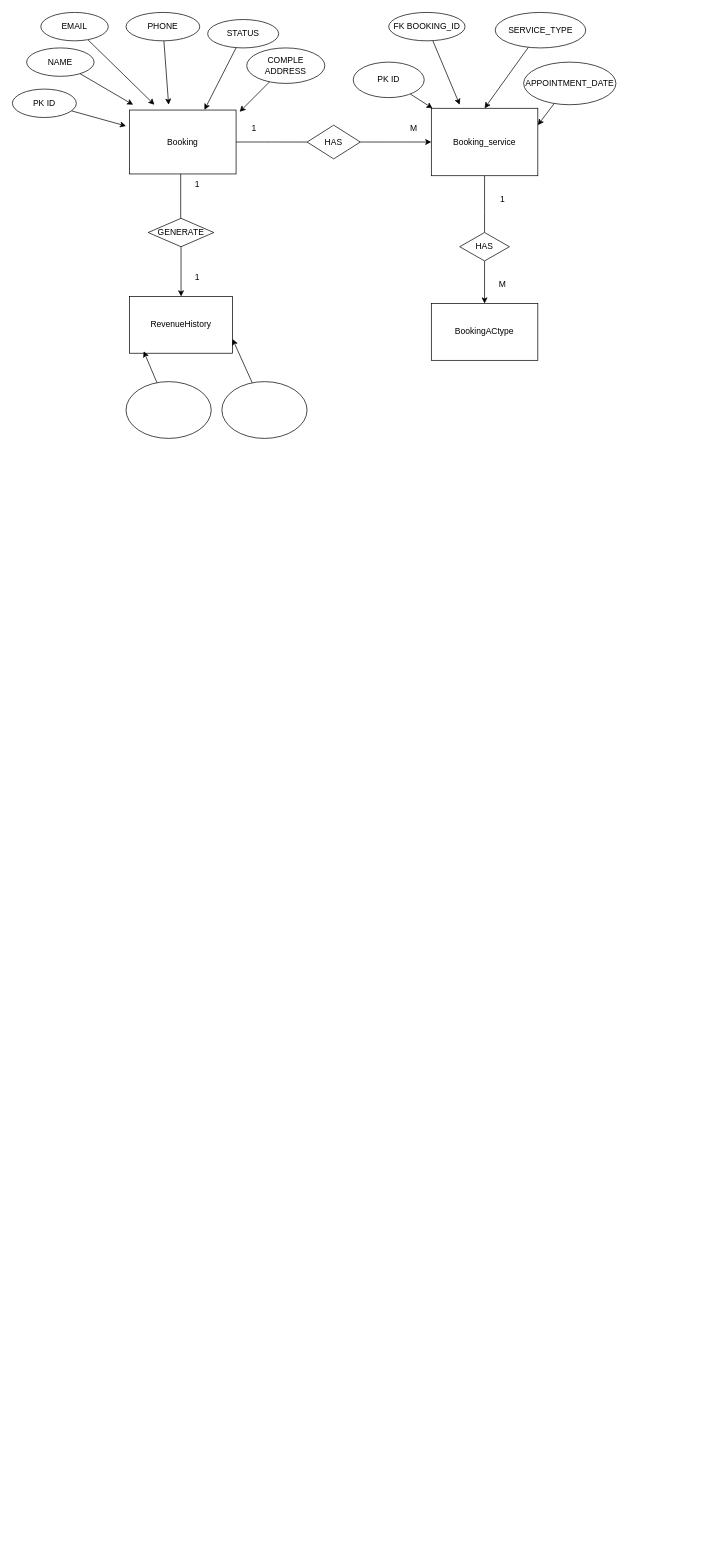
Before: ac-system/database/ERD.drawio in Plonteras191/FE-LARAVEL-AC-SYSTEM, a draw.io diagram. Source tidied: cells renumbered, new cells numbered last; positions are measured from the earlier drawing's top-left corner, leaving out a move shared by most shapes. Both pictures are drawn from the tidied source at 71%, with x=0, y=0 at pixel (12, 12).
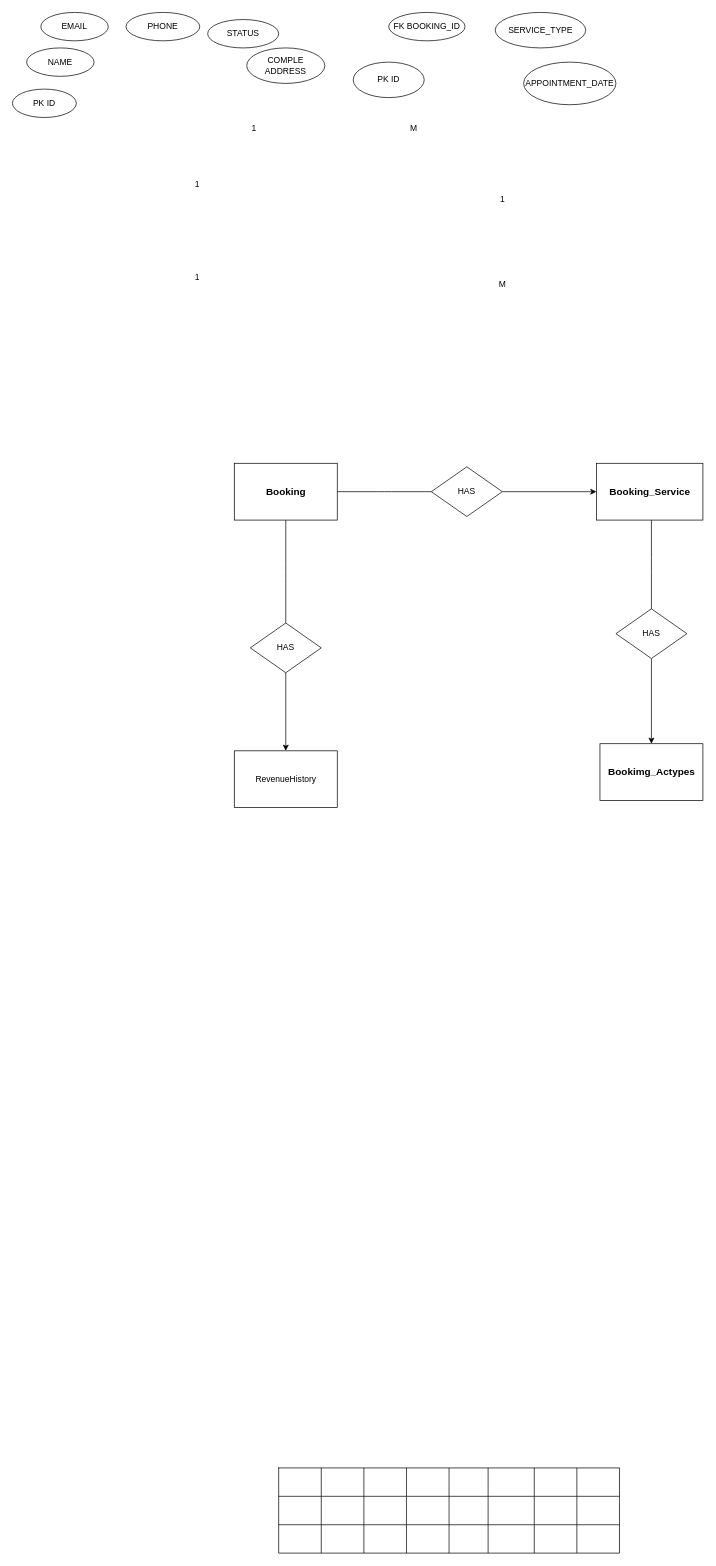
The same page after the edit.

The change refers to these unchanged cells:
```xml
<mxCell id="22" value="COMPLE ADDRESS" style="ellipse;whiteSpace=wrap;html=1;" parent="1" vertex="1">
  <mxGeometry x="330" y="50" width="110" height="50" as="geometry" />
</mxCell>
<mxCell id="23" value="STATUS" style="ellipse;whiteSpace=wrap;html=1;" parent="1" vertex="1">
  <mxGeometry x="275" y="10" width="100" height="40" as="geometry" />
</mxCell>
<mxCell id="25" value="PHONE" style="ellipse;whiteSpace=wrap;html=1;" parent="1" vertex="1">
  <mxGeometry x="160" width="103.8" height="40" as="geometry" />
</mxCell>
<mxCell id="27" value="EMAIL" style="ellipse;whiteSpace=wrap;html=1;" parent="1" vertex="1">
  <mxGeometry x="40" width="95" height="40" as="geometry" />
</mxCell>
<mxCell id="29" value="NAME" style="ellipse;whiteSpace=wrap;html=1;" parent="1" vertex="1">
  <mxGeometry x="20" y="50" width="95" height="40" as="geometry" />
</mxCell>
<mxCell id="31" value="PK ID" style="ellipse;whiteSpace=wrap;html=1;" parent="1" vertex="1">
  <mxGeometry y="108" width="90" height="40" as="geometry" />
</mxCell>
```

The edit, as a diff of the source:
```diff
@@
-    <mxCell id="2" style="edgeStyle=elbowEdgeStyle;html=1;startArrow=none;endArrow=none;entryX=0.5;entryY=0;entryDx=0;entryDy=0;" parent="1" edge="1" source="3" target="12">
-      <mxGeometry relative="1" as="geometry" />
-    </mxCell>
-    <mxCell id="3" value="Booking_service" style="whiteSpace=wrap;html=1;align=center;newEdgeStyle={&quot;edgeStyle&quot;:&quot;elbowEdgeStyle&quot;,&quot;startArrow&quot;:&quot;none&quot;,&quot;endArrow&quot;:&quot;none&quot;};" parent="1" vertex="1">
-      <mxGeometry x="590" y="135" width="150" height="95" as="geometry" />
-    </mxCell>
+    <mxCell id="45" style="edgeStyle=elbowEdgeStyle;html=1;startArrow=none;endArrow=none;entryX=0.5;entryY=0;entryDx=0;entryDy=0;" parent="1" edge="1" source="4" target="12">
+      <mxGeometry relative="1" as="geometry" />
+    </mxCell>
-    <mxCell id="4" value="BookingACtype" style="whiteSpace=wrap;html=1;align=center;newEdgeStyle={&quot;edgeStyle&quot;:&quot;elbowEdgeStyle&quot;,&quot;startArrow&quot;:&quot;none&quot;,&quot;endArrow&quot;:&quot;none&quot;};" parent="1" vertex="1">
-      <mxGeometry x="590" y="410" width="150" height="80" as="geometry" />
+    <mxCell id="4" value="&lt;font style=&quot;font-size: 14px;&quot;&gt;&lt;b style=&quot;&quot;&gt;Booking_Service&lt;/b&gt;&lt;/font&gt;" style="whiteSpace=wrap;html=1;align=center;newEdgeStyle={&quot;edgeStyle&quot;:&quot;elbowEdgeStyle&quot;,&quot;startArrow&quot;:&quot;none&quot;,&quot;endArrow&quot;:&quot;none&quot;};" parent="1" vertex="1">
+      <mxGeometry x="822.5" y="635" width="150" height="80" as="geometry" />
     </mxCell>
+    <mxCell id="46" style="edgeStyle=elbowEdgeStyle;html=1;startArrow=none;endArrow=none;" parent="1" edge="1" source="5" target="52">
+      <mxGeometry relative="1" as="geometry" />
+    </mxCell>
+    <mxCell id="47" style="edgeStyle=elbowEdgeStyle;html=1;startArrow=none;endArrow=none;entryX=0.5;entryY=0;entryDx=0;entryDy=0;" parent="1" edge="1" source="5" target="54">
+      <mxGeometry relative="1" as="geometry" />
+    </mxCell>
-    <mxCell id="5" value="RevenueHistory" style="whiteSpace=wrap;html=1;align=center;newEdgeStyle={&quot;edgeStyle&quot;:&quot;elbowEdgeStyle&quot;,&quot;startArrow&quot;:&quot;none&quot;,&quot;endArrow&quot;:&quot;none&quot;};" parent="1" vertex="1">
-      <mxGeometry x="165" y="400" width="145" height="80" as="geometry" />
+    <mxCell id="5" value="&lt;b&gt;&lt;font style=&quot;font-size: 14px;&quot;&gt;Booking&lt;/font&gt;&lt;/b&gt;" style="whiteSpace=wrap;html=1;align=center;newEdgeStyle={&quot;edgeStyle&quot;:&quot;elbowEdgeStyle&quot;,&quot;startArrow&quot;:&quot;none&quot;,&quot;endArrow&quot;:&quot;none&quot;};" parent="1" vertex="1">
+      <mxGeometry x="312.5" y="635" width="145" height="80" as="geometry" />
     </mxCell>
-    <mxCell id="6" style="edgeStyle=elbowEdgeStyle;html=1;startArrow=none;endArrow=none;entryX=0;entryY=0.5;entryDx=0;entryDy=0;" parent="1" edge="1" source="8" target="10">
-      <mxGeometry relative="1" as="geometry" />
-    </mxCell>
-    <mxCell id="7" style="edgeStyle=elbowEdgeStyle;html=1;startArrow=none;endArrow=none;entryX=0.5;entryY=0;entryDx=0;entryDy=0;" parent="1" edge="1" source="8" target="14">
-      <mxGeometry relative="1" as="geometry" />
-    </mxCell>
-    <mxCell id="8" value="Booking" style="whiteSpace=wrap;html=1;align=center;newEdgeStyle={&quot;edgeStyle&quot;:&quot;elbowEdgeStyle&quot;,&quot;startArrow&quot;:&quot;none&quot;,&quot;endArrow&quot;:&quot;none&quot;};" parent="1" vertex="1">
-      <mxGeometry x="165" y="137.5" width="150" height="90" as="geometry" />
-    </mxCell>
-    <mxCell id="9" style="edgeStyle=none;html=1;entryX=0;entryY=0.5;entryDx=0;entryDy=0;" parent="1" edge="1" source="10" target="3">
-      <mxGeometry relative="1" as="geometry" />
-    </mxCell>
-    <mxCell id="10" value="HAS" style="rhombus;whiteSpace=wrap;html=1;" parent="1" vertex="1">
-      <mxGeometry x="415" y="158.8" width="75" height="47.5" as="geometry" />
-    </mxCell>
-    <mxCell id="11" style="edgeStyle=none;html=1;entryX=0.5;entryY=0;entryDx=0;entryDy=0;" parent="1" edge="1" source="12" target="4">
-      <mxGeometry relative="1" as="geometry" />
-    </mxCell>
+    <mxCell id="48" style="edgeStyle=none;html=1;entryX=0.5;entryY=0;entryDx=0;entryDy=0;" parent="1" edge="1" source="12" target="49">
+      <mxGeometry relative="1" as="geometry" />
+    </mxCell>
     <mxCell id="12" value="HAS" style="rhombus;whiteSpace=wrap;html=1;" parent="1" vertex="1">
-      <mxGeometry x="630" y="310" width="70" height="40" as="geometry" />
+      <mxGeometry x="850" y="840" width="100" height="70" as="geometry" />
     </mxCell>
-    <mxCell id="13" style="edgeStyle=none;html=1;entryX=0.5;entryY=0;entryDx=0;entryDy=0;" parent="1" edge="1" source="14" target="5">
-      <mxGeometry relative="1" as="geometry" />
-    </mxCell>
-    <mxCell id="14" value="GENERATE" style="rhombus;whiteSpace=wrap;html=1;" parent="1" vertex="1">
-      <mxGeometry x="191.2" y="290" width="92.5" height="40" as="geometry" />
-    </mxCell>
@@
-    <mxCell id="21" style="edgeStyle=none;html=1;" parent="1" edge="1" source="22">
-      <mxGeometry relative="1" as="geometry">
-        <mxPoint x="320" y="140" as="targetPoint" />
-      </mxGeometry>
-    </mxCell>
@@
-    <mxCell id="24" style="edgeStyle=none;html=1;" parent="1" edge="1" source="25">
-      <mxGeometry relative="1" as="geometry">
-        <mxPoint x="220" y="130" as="targetPoint" />
-      </mxGeometry>
-    </mxCell>
@@
-    <mxCell id="26" style="edgeStyle=none;html=1;" parent="1" edge="1" source="27">
-      <mxGeometry relative="1" as="geometry">
-        <mxPoint x="200" y="130" as="targetPoint" />
-      </mxGeometry>
-    </mxCell>
@@
-    <mxCell id="28" style="edgeStyle=none;html=1;" parent="1" edge="1" source="29">
-      <mxGeometry relative="1" as="geometry">
-        <mxPoint x="170" y="130" as="targetPoint" />
-      </mxGeometry>
-    </mxCell>
@@
-    <mxCell id="30" style="edgeStyle=none;html=1;" parent="1" edge="1" source="31">
-      <mxGeometry relative="1" as="geometry">
-        <mxPoint x="160" y="160" as="targetPoint" />
-      </mxGeometry>
-    </mxCell>
@@
-    <mxCell id="32" style="edgeStyle=none;html=1;entryX=0.703;entryY=-0.003;entryDx=0;entryDy=0;entryPerimeter=0;" parent="1" edge="1" source="23" target="8">
-      <mxGeometry relative="1" as="geometry" />
-    </mxCell>
+    <mxCell id="34" value="APPOINTMENT_DATE" style="ellipse;whiteSpace=wrap;html=1;" parent="1" vertex="1">
+      <mxGeometry x="720" y="70" width="130" height="60" as="geometry" />
+    </mxCell>
+    <mxCell id="36" value="SERVICE_TYPE" style="ellipse;whiteSpace=wrap;html=1;" parent="1" vertex="1">
+      <mxGeometry x="680" width="127.5" height="50" as="geometry" />
+    </mxCell>
+    <mxCell id="38" value="FK BOOKING_ID" style="ellipse;whiteSpace=wrap;html=1;" parent="1" vertex="1">
+      <mxGeometry x="530" width="107.5" height="40" as="geometry" />
+    </mxCell>
+    <mxCell id="40" value="PK ID" style="ellipse;whiteSpace=wrap;html=1;" parent="1" vertex="1">
+      <mxGeometry x="480" y="70" width="100" height="50" as="geometry" />
+    </mxCell>
+    <mxCell id="49" value="&lt;font style=&quot;font-size: 14px;&quot;&gt;&lt;b&gt;Bookimg_Actypes&lt;/b&gt;&lt;/font&gt;" style="whiteSpace=wrap;html=1;align=center;newEdgeStyle={&quot;edgeStyle&quot;:&quot;elbowEdgeStyle&quot;,&quot;startArrow&quot;:&quot;none&quot;,&quot;endArrow&quot;:&quot;none&quot;};" parent="1" vertex="1">
+      <mxGeometry x="827.5" y="1030" width="145" height="80" as="geometry" />
+    </mxCell>
+    <mxCell id="50" value="RevenueHistory" style="whiteSpace=wrap;html=1;align=center;newEdgeStyle={&quot;edgeStyle&quot;:&quot;elbowEdgeStyle&quot;,&quot;startArrow&quot;:&quot;none&quot;,&quot;endArrow&quot;:&quot;none&quot;};" parent="1" vertex="1">
+      <mxGeometry x="312.5" y="1040" width="145" height="80" as="geometry" />
+    </mxCell>
+    <mxCell id="51" style="edgeStyle=none;html=1;entryX=0;entryY=0.5;entryDx=0;entryDy=0;" parent="1" edge="1" source="52" target="4">
+      <mxGeometry relative="1" as="geometry" />
+    </mxCell>
+    <mxCell id="52" value="HAS" style="rhombus;whiteSpace=wrap;html=1;" parent="1" vertex="1">
+      <mxGeometry x="590" y="640" width="100" height="70" as="geometry" />
+    </mxCell>
+    <mxCell id="53" style="edgeStyle=none;html=1;entryX=0.5;entryY=0;entryDx=0;entryDy=0;" parent="1" edge="1" source="54" target="50">
+      <mxGeometry relative="1" as="geometry" />
+    </mxCell>
+    <mxCell id="54" value="HAS" style="rhombus;whiteSpace=wrap;html=1;" parent="1" vertex="1">
+      <mxGeometry x="335" y="860" width="100" height="70" as="geometry" />
+    </mxCell>
+    <mxCell id="35" style="shape=table;startSize=0;childLayout=tableLayout;" parent="1" vertex="1">
+      <mxGeometry x="375" y="2050" width="480" height="120" as="geometry" />
+    </mxCell>
-    <mxCell id="33" style="edgeStyle=none;html=1;entryX=1;entryY=0.25;entryDx=0;entryDy=0;" parent="1" edge="1" source="34" target="3">
-      <mxGeometry relative="1" as="geometry" />
+    <mxCell id="33" style="shape=tableRow;horizontal=0;startSize=0;swimlaneHead=0;swimlaneBody=0;strokeColor=inherit;top=0;left=0;bottom=0;right=0;fillColor=none;" parent="35" vertex="1">
+      <mxGeometry width="480" height="40" as="geometry" />
     </mxCell>
-    <mxCell id="34" value="APPOINTMENT_DATE" style="ellipse;whiteSpace=wrap;html=1;" parent="1" vertex="1">
-      <mxGeometry x="720" y="70" width="130" height="60" as="geometry" />
-    </mxCell>
-    <mxCell id="35" style="edgeStyle=none;html=1;entryX=0.5;entryY=0;entryDx=0;entryDy=0;" parent="1" edge="1" source="36" target="3">
-      <mxGeometry relative="1" as="geometry" />
-    </mxCell>
-    <mxCell id="36" value="SERVICE_TYPE" style="ellipse;whiteSpace=wrap;html=1;" parent="1" vertex="1">
-      <mxGeometry x="680" width="127.5" height="50" as="geometry" />
-    </mxCell>
-    <mxCell id="37" style="edgeStyle=none;html=1;" parent="1" edge="1" source="38">
-      <mxGeometry relative="1" as="geometry">
-        <mxPoint x="630" y="130" as="targetPoint" />
-      </mxGeometry>
+    <mxCell id="37" style="shape=partialRectangle;html=1;whiteSpace=wrap;strokeColor=#5FFF45;overflow=hidden;fillColor=none;top=0;left=0;bottom=0;right=0;" parent="33" vertex="1">
+      <mxGeometry width="60" height="40" as="geometry" />
     </mxCell>
-    <mxCell id="38" value="FK BOOKING_ID" style="ellipse;whiteSpace=wrap;html=1;" parent="1" vertex="1">
-      <mxGeometry x="530" width="107.5" height="40" as="geometry" />
-    </mxCell>
-    <mxCell id="39" style="edgeStyle=none;html=1;" parent="1" edge="1" source="40" target="3">
-      <mxGeometry relative="1" as="geometry" />
+    <mxCell id="39" style="shape=partialRectangle;html=1;whiteSpace=wrap;strokeColor=#5FFF45;overflow=hidden;fillColor=none;top=0;left=0;bottom=0;right=0;" parent="33" vertex="1">
+      <mxGeometry x="60" width="60" height="40" as="geometry" />
     </mxCell>
-    <mxCell id="40" value="PK ID" style="ellipse;whiteSpace=wrap;html=1;" parent="1" vertex="1">
-      <mxGeometry x="480" y="70" width="100" height="50" as="geometry" />
-    </mxCell>
-    <mxCell id="41" style="ellipse;whiteSpace=wrap;html=1;" parent="1" vertex="1">
-      <mxGeometry x="160" y="520" width="120" height="80" as="geometry" />
+    <mxCell id="41" style="shape=partialRectangle;html=1;whiteSpace=wrap;strokeColor=#5FFF45;overflow=hidden;fillColor=none;top=0;left=0;bottom=0;right=0;" parent="33" vertex="1">
+      <mxGeometry x="120" width="60" height="40" as="geometry" />
     </mxCell>
+    <mxCell id="43" style="shape=partialRectangle;html=1;whiteSpace=wrap;strokeColor=#5FFF45;overflow=hidden;fillColor=none;top=0;left=0;bottom=0;right=0;" parent="33" vertex="1">
+      <mxGeometry x="180" width="60" height="40" as="geometry" />
+    </mxCell>
-    <mxCell id="42" style="edgeStyle=none;html=1;entryX=1;entryY=0.75;entryDx=0;entryDy=0;" parent="1" edge="1" source="43" target="5">
-      <mxGeometry relative="1" as="geometry" />
+    <mxCell id="42" style="shape=partialRectangle;html=1;whiteSpace=wrap;strokeColor=#5FFF45;overflow=hidden;fillColor=none;top=0;left=0;bottom=0;right=0;" parent="33" vertex="1">
+      <mxGeometry x="240" width="55" height="40" as="geometry" />
     </mxCell>
-    <mxCell id="43" style="ellipse;whiteSpace=wrap;html=1;" parent="1" vertex="1">
-      <mxGeometry x="295" y="520" width="120" height="80" as="geometry" />
-    </mxCell>
-    <mxCell id="44" style="edgeStyle=none;html=1;entryX=0.137;entryY=0.965;entryDx=0;entryDy=0;entryPerimeter=0;" parent="1" edge="1" source="41" target="5">
-      <mxGeometry relative="1" as="geometry" />
+    <mxCell id="44" style="shape=partialRectangle;html=1;whiteSpace=wrap;strokeColor=#5FFF45;overflow=hidden;fillColor=none;top=0;left=0;bottom=0;right=0;" parent="33" vertex="1">
+      <mxGeometry x="295" width="65" height="40" as="geometry" />
     </mxCell>
+    <mxCell id="55" style="shape=partialRectangle;html=1;whiteSpace=wrap;strokeColor=#5FFF45;overflow=hidden;fillColor=none;top=0;left=0;bottom=0;right=0;" parent="33" vertex="1">
+      <mxGeometry x="360" width="60" height="40" as="geometry" />
+    </mxCell>
+    <mxCell id="56" style="shape=partialRectangle;html=1;whiteSpace=wrap;strokeColor=#5FFF45;overflow=hidden;fillColor=none;top=0;left=0;bottom=0;right=0;" parent="33" vertex="1">
+      <mxGeometry x="420" width="60" height="40" as="geometry" />
+    </mxCell>
+    <mxCell id="57" style="shape=tableRow;horizontal=0;startSize=0;swimlaneHead=0;swimlaneBody=0;strokeColor=inherit;top=0;left=0;bottom=0;right=0;fillColor=none;" parent="35" vertex="1">
+      <mxGeometry y="40" width="480" height="40" as="geometry" />
+    </mxCell>
+    <mxCell id="58" style="shape=partialRectangle;html=1;whiteSpace=wrap;strokeColor=inherit;overflow=hidden;fillColor=none;top=0;left=0;bottom=0;right=0;" parent="57" vertex="1">
+      <mxGeometry width="60" height="40" as="geometry" />
+    </mxCell>
+    <mxCell id="59" style="shape=partialRectangle;html=1;whiteSpace=wrap;strokeColor=inherit;overflow=hidden;fillColor=none;top=0;left=0;bottom=0;right=0;" parent="57" vertex="1">
+      <mxGeometry x="60" width="60" height="40" as="geometry" />
+    </mxCell>
+    <mxCell id="60" style="shape=partialRectangle;html=1;whiteSpace=wrap;strokeColor=inherit;overflow=hidden;fillColor=none;top=0;left=0;bottom=0;right=0;" parent="57" vertex="1">
+      <mxGeometry x="120" width="60" height="40" as="geometry" />
+    </mxCell>
+    <mxCell id="61" style="shape=partialRectangle;html=1;whiteSpace=wrap;strokeColor=inherit;overflow=hidden;fillColor=none;top=0;left=0;bottom=0;right=0;" parent="57" vertex="1">
+      <mxGeometry x="180" width="60" height="40" as="geometry" />
+    </mxCell>
+    <mxCell id="62" style="shape=partialRectangle;html=1;whiteSpace=wrap;strokeColor=inherit;overflow=hidden;fillColor=none;top=0;left=0;bottom=0;right=0;" parent="57" vertex="1">
+      <mxGeometry x="240" width="55" height="40" as="geometry" />
+    </mxCell>
+    <mxCell id="63" style="shape=partialRectangle;html=1;whiteSpace=wrap;strokeColor=inherit;overflow=hidden;fillColor=none;top=0;left=0;bottom=0;right=0;" parent="57" vertex="1">
+      <mxGeometry x="295" width="65" height="40" as="geometry" />
+    </mxCell>
+    <mxCell id="64" style="shape=partialRectangle;html=1;whiteSpace=wrap;strokeColor=inherit;overflow=hidden;fillColor=none;top=0;left=0;bottom=0;right=0;" parent="57" vertex="1">
+      <mxGeometry x="360" width="60" height="40" as="geometry" />
+    </mxCell>
+    <mxCell id="65" style="shape=partialRectangle;html=1;whiteSpace=wrap;strokeColor=inherit;overflow=hidden;fillColor=none;top=0;left=0;bottom=0;right=0;" parent="57" vertex="1">
+      <mxGeometry x="420" width="60" height="40" as="geometry" />
+    </mxCell>
+    <mxCell id="66" style="shape=tableRow;horizontal=0;startSize=0;swimlaneHead=0;swimlaneBody=0;strokeColor=inherit;top=0;left=0;bottom=0;right=0;fillColor=none;" parent="35" vertex="1">
+      <mxGeometry y="80" width="480" height="40" as="geometry" />
+    </mxCell>
+    <mxCell id="67" style="shape=partialRectangle;html=1;whiteSpace=wrap;strokeColor=inherit;overflow=hidden;fillColor=none;top=0;left=0;bottom=0;right=0;" parent="66" vertex="1">
+      <mxGeometry width="60" height="40" as="geometry" />
+    </mxCell>
+    <mxCell id="68" style="shape=partialRectangle;html=1;whiteSpace=wrap;strokeColor=inherit;overflow=hidden;fillColor=none;top=0;left=0;bottom=0;right=0;" parent="66" vertex="1">
+      <mxGeometry x="60" width="60" height="40" as="geometry" />
+    </mxCell>
+    <mxCell id="69" style="shape=partialRectangle;html=1;whiteSpace=wrap;strokeColor=inherit;overflow=hidden;fillColor=none;top=0;left=0;bottom=0;right=0;" parent="66" vertex="1">
+      <mxGeometry x="120" width="60" height="40" as="geometry" />
+    </mxCell>
+    <mxCell id="70" style="shape=partialRectangle;html=1;whiteSpace=wrap;strokeColor=inherit;overflow=hidden;fillColor=none;top=0;left=0;bottom=0;right=0;" parent="66" vertex="1">
+      <mxGeometry x="180" width="60" height="40" as="geometry" />
+    </mxCell>
+    <mxCell id="71" style="shape=partialRectangle;html=1;whiteSpace=wrap;strokeColor=inherit;overflow=hidden;fillColor=none;top=0;left=0;bottom=0;right=0;" parent="66" vertex="1">
+      <mxGeometry x="240" width="55" height="40" as="geometry" />
+    </mxCell>
+    <mxCell id="72" style="shape=partialRectangle;html=1;whiteSpace=wrap;strokeColor=inherit;overflow=hidden;fillColor=none;top=0;left=0;bottom=0;right=0;" parent="66" vertex="1">
+      <mxGeometry x="295" width="65" height="40" as="geometry" />
+    </mxCell>
+    <mxCell id="73" style="shape=partialRectangle;html=1;whiteSpace=wrap;strokeColor=inherit;overflow=hidden;fillColor=none;top=0;left=0;bottom=0;right=0;" parent="66" vertex="1">
+      <mxGeometry x="360" width="60" height="40" as="geometry" />
+    </mxCell>
+    <mxCell id="74" style="shape=partialRectangle;html=1;whiteSpace=wrap;strokeColor=inherit;overflow=hidden;fillColor=none;top=0;left=0;bottom=0;right=0;" parent="66" vertex="1">
+      <mxGeometry x="420" width="60" height="40" as="geometry" />
+    </mxCell>
```
